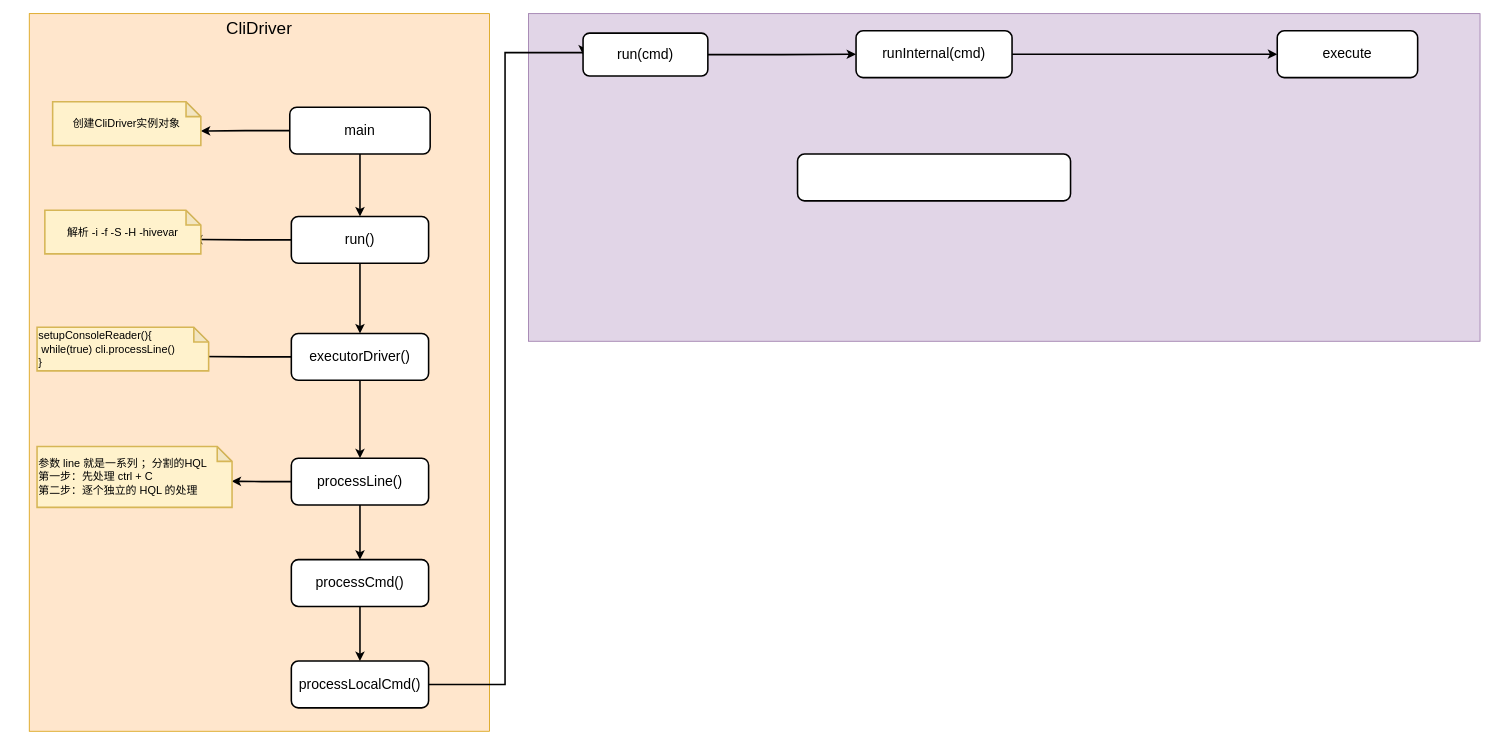
Before: Hive.drawio in starzy1990/diagrams, a draw.io diagram. Source tidied: cells renumbered, new cells numbered last; positions are measured from the earlier drawing's top-left corner, leaving out a move shared by most shapes. Both pictures are drawn from the tidied source at 78%, with x=0, y=0 at pixel (29, 13).
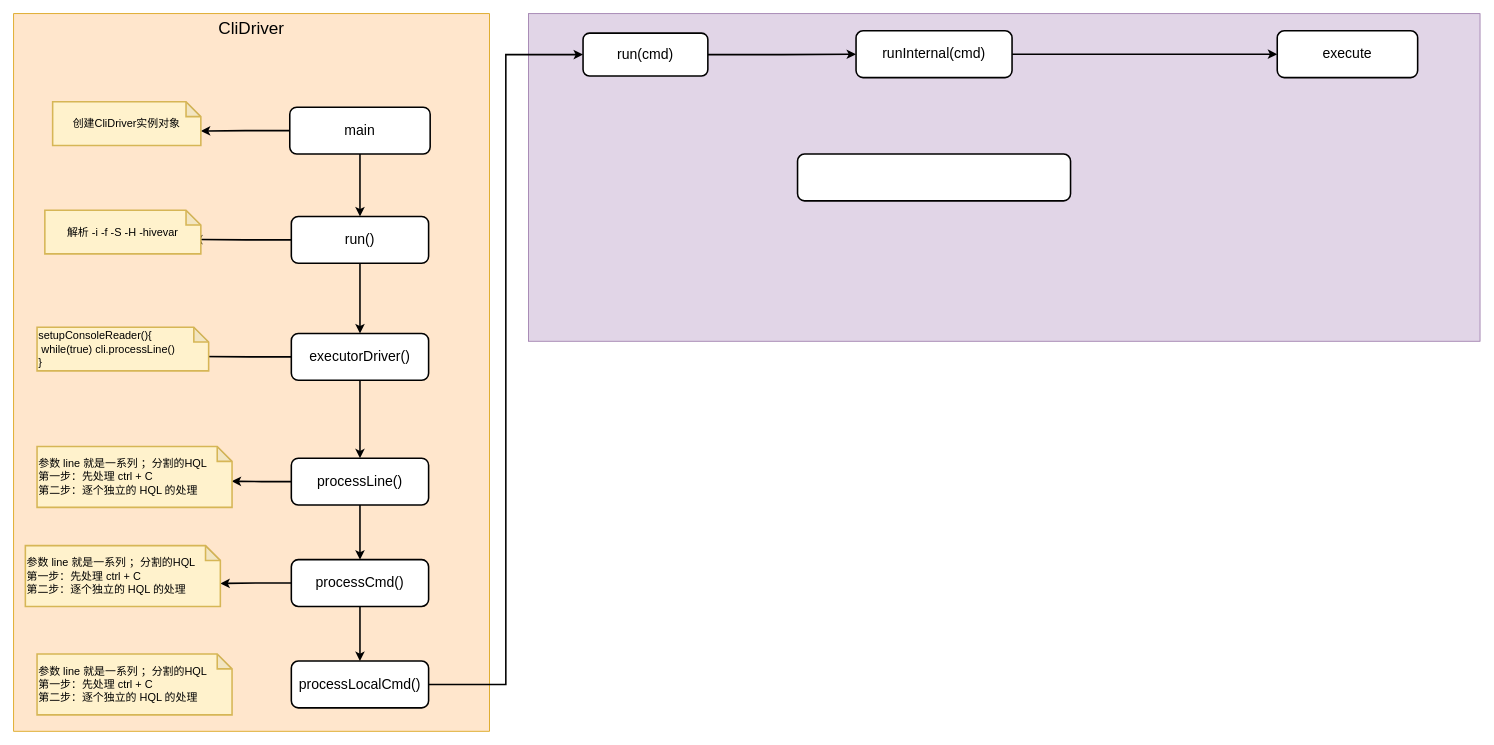
After the change.

The change refers to these unchanged cells:
```xml
<mxCell id="17" value="processCmd()" style="rounded=1;whiteSpace=wrap;html=1;fontSize=18;strokeWidth=2;" parent="1" vertex="1">
  <mxGeometry x="336" y="700" width="176" height="60" as="geometry" />
</mxCell>
<mxCell id="19" value="processLocalCmd()" style="rounded=1;whiteSpace=wrap;html=1;fontSize=18;strokeWidth=2;" parent="1" vertex="1">
  <mxGeometry x="336" y="830" width="176" height="60" as="geometry" />
</mxCell>
<mxCell id="25" value="run(cmd)" style="rounded=1;whiteSpace=wrap;html=1;fontSize=18;strokeWidth=2;" parent="1" vertex="1">
  <mxGeometry x="710" y="25" width="160" height="55" as="geometry" />
</mxCell>
```

Change to the diagram source:
```diff
@@
     <mxCell id="2" value="CliDriver" style="rounded=0;whiteSpace=wrap;html=1;fillColor=#ffe6cc;strokeColor=#d79b00;fontSize=22;verticalAlign=top;" parent="1" vertex="1">
-      <mxGeometry width="590" height="920" as="geometry" />
+      <mxGeometry x="-20" width="610" height="920" as="geometry" />
     </mxCell>
@@
-    <mxCell id="15" value="processLine()" style="rounded=1;whiteSpace=wrap;html=1;fontSize=18;strokeWidth=2;" parent="1" vertex="1">
+    <mxCell id="15" value="processLine()" style="rounded=1;whiteSpace=wrap;html=1;fontSize=18;strokeWidth=2;glass=0;sketch=0;shadow=0;" parent="1" vertex="1">
       <mxGeometry x="336" y="570" width="176" height="60" as="geometry" />
     </mxCell>
@@
+    <mxCell id="30" style="edgeStyle=orthogonalEdgeStyle;rounded=0;jettySize=auto;html=1;entryX=0;entryY=0;entryDx=250;entryDy=48.5;entryPerimeter=0;strokeWidth=2;" parent="1" edge="1" source="17" target="31">
+      <mxGeometry relative="1" as="geometry" />
+    </mxCell>
@@
-    <mxCell id="18" style="edgeStyle=orthogonalEdgeStyle;rounded=0;jettySize=auto;html=1;entryX=0;entryY=0.5;entryDx=0;entryDy=0;fontSize=14;strokeWidth=2;" parent="1" edge="1" source="19" target="25">
-      <mxGeometry relative="1" as="geometry">
-        <Array as="points">
-          <mxPoint x="610" y="860" />
-          <mxPoint x="610" y="50" />
-        </Array>
-      </mxGeometry>
+    <mxCell id="18" style="edgeStyle=orthogonalEdgeStyle;rounded=0;jettySize=auto;html=1;entryX=0;entryY=0.5;entryDx=0;entryDy=0;strokeWidth=2;" parent="1" edge="1" source="19" target="25">
+      <mxGeometry relative="1" as="geometry" />
     </mxCell>
@@
+    <mxCell id="31" value="参数 line 就是一系列 ；分割的HQL&lt;br&gt;第一步：先处理 ctrl + C&lt;br&gt;第二步：逐个独立的 HQL 的处理" style="shape=note;whiteSpace=wrap;html=1;backgroundOutline=1;darkOpacity=0.05;fontSize=14;strokeWidth=2;fillColor=#fff2cc;strokeColor=#d6b656;size=19;align=left;" parent="1" vertex="1">
+      <mxGeometry x="-5" y="682" width="250" height="78" as="geometry" />
+    </mxCell>
+    <mxCell id="32" value="参数 line 就是一系列 ；分割的HQL&lt;br&gt;第一步：先处理 ctrl + C&lt;br&gt;第二步：逐个独立的 HQL 的处理" style="shape=note;whiteSpace=wrap;html=1;backgroundOutline=1;darkOpacity=0.05;fontSize=14;strokeWidth=2;fillColor=#fff2cc;strokeColor=#d6b656;size=19;align=left;" parent="1" vertex="1">
+      <mxGeometry x="10" y="821" width="250" height="78" as="geometry" />
+    </mxCell>
```
